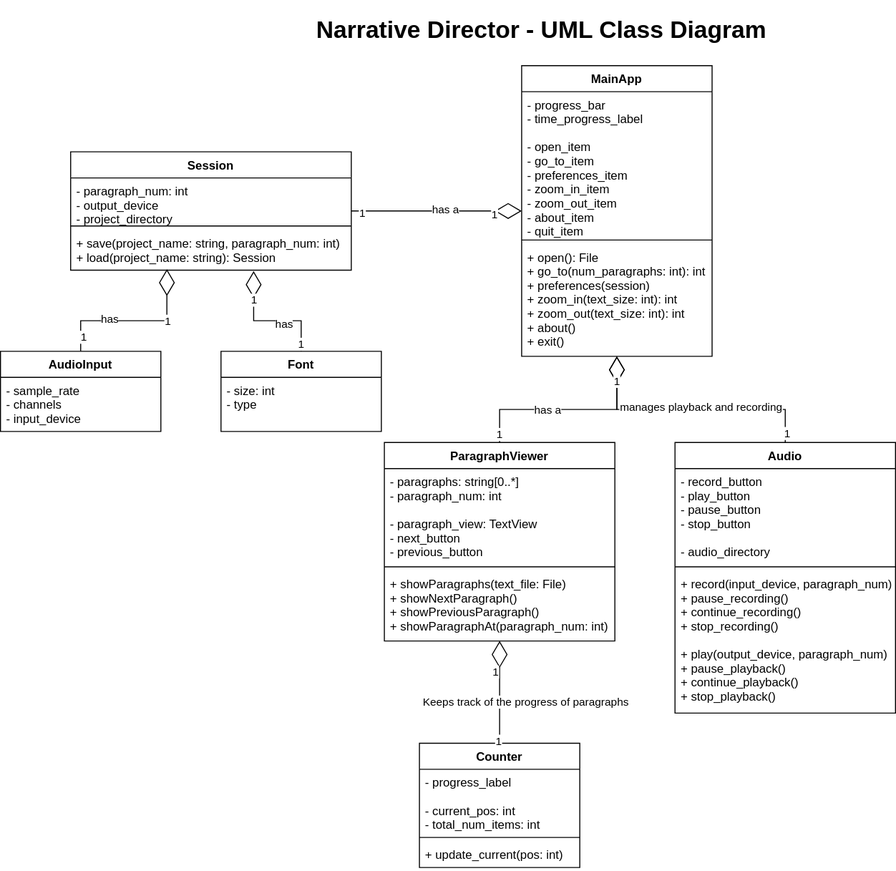
Above: docs/img/classdiagram.svg in divark/narrative-director-rs (draw.io), before the change. Source tidied: cells renumbered, new cells last; positions are measured from the earlier drawing's top-left corner, leaving out a move shared by most shapes.
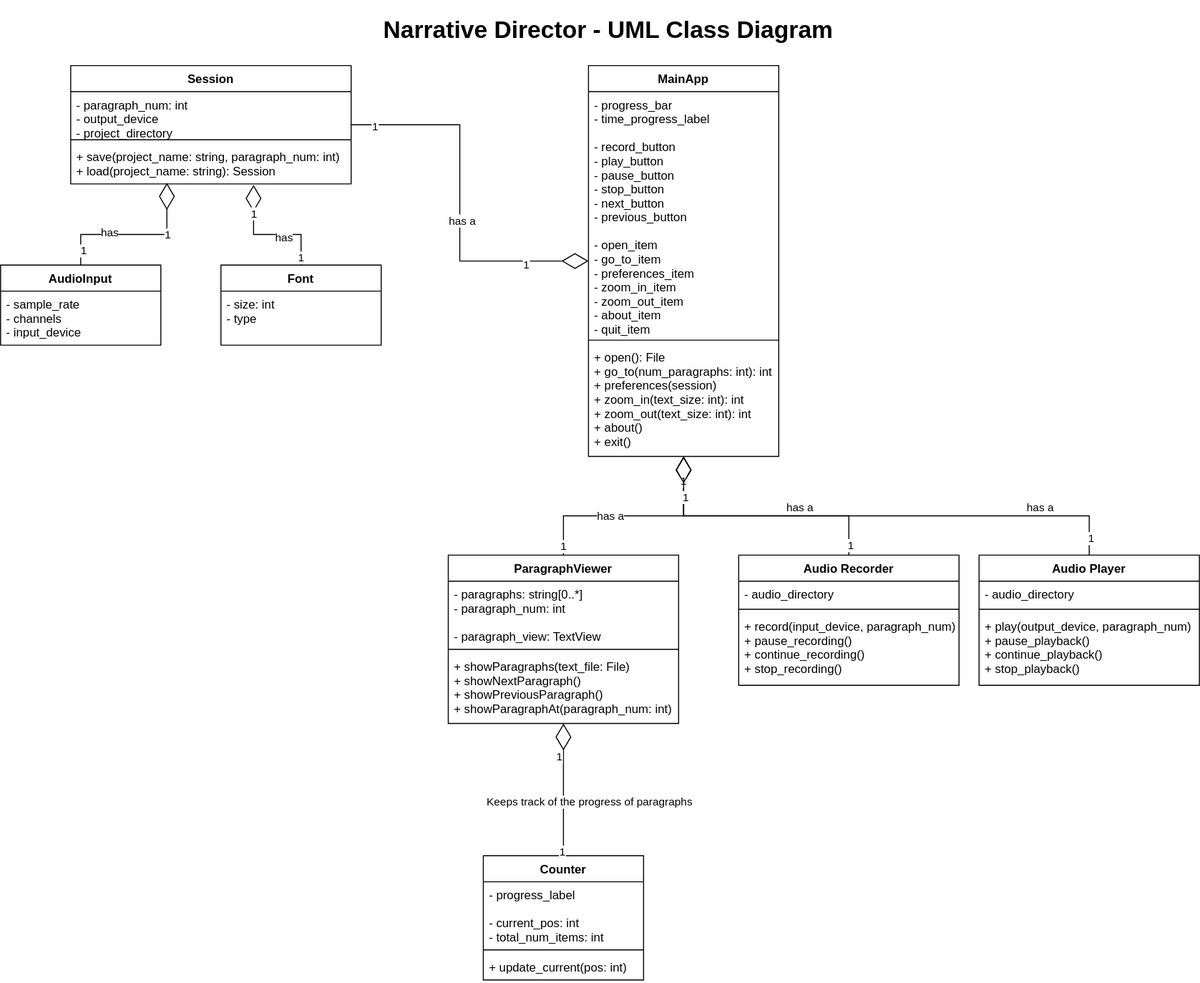
After the commit.

Commit message:
Merged Navigation-based buttons into MainApp class for class diagram.

The edit, as a diff of the source:
```diff
@@ -12,16 +12,16 @@
       <mxGeometry x="-0.21" relative="1" as="geometry" />
     </mxCell>
     <mxCell id="5" value="ParagraphViewer" style="swimlane;fontStyle=1;align=center;verticalAlign=top;horizontal=1;startSize=26;" parent="1" vertex="1">
-      <mxGeometry x="383" y="426" width="230" height="198" as="geometry" />
+      <mxGeometry x="380" y="538.5" width="230" height="168" as="geometry" />
     </mxCell>
-    <mxCell id="6" value="- paragraphs: string[0..*]&#10;- paragraph_num: int&#10;&#10;- paragraph_view: TextView&#10;- next_button&#10;- previous_button&#10;" style="text;strokeColor=none;fillColor=none;align=left;verticalAlign=top;spacingLeft=4;spacingRight=4;overflow=hidden;" parent="5" vertex="1">
-      <mxGeometry y="26" width="230" height="94" as="geometry" />
+    <mxCell id="6" value="- paragraphs: string[0..*]&#10;- paragraph_num: int&#10;&#10;- paragraph_view: TextView&#10;" style="text;strokeColor=none;fillColor=none;align=left;verticalAlign=top;spacingLeft=4;spacingRight=4;overflow=hidden;" parent="5" vertex="1">
+      <mxGeometry y="26" width="230" height="64" as="geometry" />
     </mxCell>
     <mxCell id="7" style="line;strokeWidth=1;fillColor=none;align=left;verticalAlign=middle;spacingTop=-1;spacingLeft=3;spacingRight=3;labelPosition=right;" parent="5" vertex="1">
-      <mxGeometry y="120" width="230" height="8" as="geometry" />
+      <mxGeometry y="90" width="230" height="8" as="geometry" />
     </mxCell>
     <mxCell id="8" value="+ showParagraphs(text_file: File)&#10;+ showNextParagraph()&#10;+ showPreviousParagraph()&#10;+ showParagraphAt(paragraph_num: int)&#10;" style="text;strokeColor=none;fillColor=none;align=left;verticalAlign=top;spacingLeft=4;spacingRight=4;overflow=hidden;" parent="5" vertex="1">
-      <mxGeometry y="128" width="230" height="70" as="geometry" />
+      <mxGeometry y="98" width="230" height="70" as="geometry" />
     </mxCell>
     <mxCell id="9" style="edgeStyle=orthogonalEdgeStyle;rounded=0;jettySize=auto;html=1;endArrow=diamondThin;endFill=0;endSize=24;" parent="1" edge="1" source="13" target="45">
       <mxGeometry relative="1" as="geometry" />
@@ -36,7 +36,7 @@
       <mxGeometry x="0.1" y="2" relative="1" as="geometry" />
     </mxCell>
     <mxCell id="13" value="Session" style="swimlane;fontStyle=1;align=center;verticalAlign=top;horizontal=1;startSize=26;" parent="1" vertex="1">
-      <mxGeometry x="70" y="136" width="280" height="118" as="geometry" />
+      <mxGeometry x="3" y="50" width="280" height="118" as="geometry" />
     </mxCell>
     <mxCell id="14" value="- paragraph_num: int&#10;- output_device&#10;- project_directory&#10;" style="text;strokeColor=none;fillColor=none;align=left;verticalAlign=top;spacingLeft=4;spacingRight=4;overflow=hidden;" parent="13" vertex="1">
       <mxGeometry y="26" width="280" height="44" as="geometry" />
@@ -48,7 +48,7 @@
       <mxGeometry y="78" width="280" height="40" as="geometry" />
     </mxCell>
     <mxCell id="17" value="Counter" style="swimlane;fontStyle=1;align=center;verticalAlign=top;horizontal=1;startSize=26;" parent="1" vertex="1">
-      <mxGeometry x="418" y="726" width="160" height="124" as="geometry" />
+      <mxGeometry x="415" y="838.5" width="160" height="124" as="geometry" />
     </mxCell>
     <mxCell id="18" value="- progress_label&#10;&#10;- current_pos: int&#10;- total_num_items: int" style="text;strokeColor=none;fillColor=none;align=left;verticalAlign=top;spacingLeft=4;spacingRight=4;overflow=hidden;" parent="17" vertex="1">
       <mxGeometry y="26" width="160" height="64" as="geometry" />
@@ -81,25 +81,25 @@
     <mxCell id="26" value="1" style="edgeLabel;html=1;align=center;verticalAlign=middle;" parent="25" vertex="1">
       <mxGeometry x="-0.92" y="-1" relative="1" as="geometry" />
     </mxCell>
+    <mxCell id="28" value="1" style="edgeLabel;html=1;align=center;verticalAlign=middle;" parent="25" vertex="1">
+      <mxGeometry x="0.81" y="1" relative="1" as="geometry" />
+    </mxCell>
-    <mxCell id="27" value="manages playback and recording" style="edgeLabel;html=1;align=center;verticalAlign=middle;" parent="25" vertex="1">
+    <mxCell id="27" value="has a" style="edgeLabel;html=1;align=center;verticalAlign=middle;" parent="25" vertex="1">
       <mxGeometry x="-0.1" relative="1" as="geometry">
-        <mxPoint x="-4" y="-3" as="offset" />
+        <mxPoint x="30" y="-9" as="offset" />
       </mxGeometry>
     </mxCell>
-    <mxCell id="28" value="1" style="edgeLabel;html=1;align=center;verticalAlign=middle;" parent="25" vertex="1">
-      <mxGeometry x="0.81" y="1" relative="1" as="geometry" />
-    </mxCell>
-    <mxCell id="29" value="Audio" style="swimlane;fontStyle=1;align=center;verticalAlign=top;horizontal=1;startSize=26;" parent="1" vertex="1">
-      <mxGeometry x="673" y="426" width="220" height="270" as="geometry" />
+    <mxCell id="29" value="Audio Recorder" style="swimlane;fontStyle=1;align=center;verticalAlign=top;horizontal=1;startSize=26;" parent="1" vertex="1">
+      <mxGeometry x="670" y="538.5" width="220" height="130" as="geometry" />
     </mxCell>
-    <mxCell id="30" value="- record_button&#10;- play_button&#10;- pause_button&#10;- stop_button&#10;&#10;- audio_directory&#10;" style="text;strokeColor=none;fillColor=none;align=left;verticalAlign=top;spacingLeft=4;spacingRight=4;overflow=hidden;" parent="29" vertex="1">
-      <mxGeometry y="26" width="220" height="94" as="geometry" />
+    <mxCell id="30" value="- audio_directory&#10;" style="text;strokeColor=none;fillColor=none;align=left;verticalAlign=top;spacingLeft=4;spacingRight=4;overflow=hidden;" parent="29" vertex="1">
+      <mxGeometry y="26" width="220" height="24" as="geometry" />
     </mxCell>
     <mxCell id="31" style="line;strokeWidth=1;fillColor=none;align=left;verticalAlign=middle;spacingTop=-1;spacingLeft=3;spacingRight=3;labelPosition=right;" parent="29" vertex="1">
-      <mxGeometry y="120" width="220" height="8" as="geometry" />
+      <mxGeometry y="50" width="220" height="8" as="geometry" />
     </mxCell>
-    <mxCell id="32" value="+ record(input_device, paragraph_num)&#10;+ pause_recording()&#10;+ continue_recording()&#10;+ stop_recording()&#10;&#10;+ play(output_device, paragraph_num)&#10;+ pause_playback()&#10;+ continue_playback()&#10;+ stop_playback()&#10;" style="text;strokeColor=none;fillColor=none;align=left;verticalAlign=top;spacingLeft=4;spacingRight=4;overflow=hidden;" parent="29" vertex="1">
-      <mxGeometry y="128" width="220" height="142" as="geometry" />
+    <mxCell id="32" value="+ record(input_device, paragraph_num)&#10;+ pause_recording()&#10;+ continue_recording()&#10;+ stop_recording()&#10;" style="text;strokeColor=none;fillColor=none;align=left;verticalAlign=top;spacingLeft=4;spacingRight=4;overflow=hidden;" parent="29" vertex="1">
+      <mxGeometry y="58" width="220" height="72" as="geometry" />
     </mxCell>
     <mxCell id="33" style="edgeStyle=orthogonalEdgeStyle;rounded=0;jettySize=auto;html=1;endArrow=diamondThin;endFill=0;endSize=24;entryX=0.343;entryY=0.975;entryDx=0;entryDy=0;entryPerimeter=0;" parent="1" edge="1" source="37" target="16">
       <mxGeometry relative="1" as="geometry" />
@@ -114,7 +114,7 @@
       <mxGeometry x="-0.3" y="2" relative="1" as="geometry" />
     </mxCell>
     <mxCell id="37" value="AudioInput" style="swimlane;fontStyle=1;align=center;verticalAlign=top;horizontal=1;startSize=26;" parent="1" vertex="1">
-      <mxGeometry y="335" width="160" height="80" as="geometry" />
+      <mxGeometry x="-67" y="249" width="160" height="80" as="geometry" />
     </mxCell>
     <mxCell id="38" value="- sample_rate&#10;- channels&#10;- input_device" style="text;strokeColor=none;fillColor=none;align=left;verticalAlign=top;spacingLeft=4;spacingRight=4;overflow=hidden;" parent="37" vertex="1">
       <mxGeometry y="26" width="160" height="54" as="geometry" />
@@ -134,25 +134,53 @@
       <mxGeometry x="-0.87" y="1" relative="1" as="geometry" />
     </mxCell>
     <mxCell id="43" value="Font" style="swimlane;fontStyle=1;align=center;verticalAlign=top;horizontal=1;startSize=26;" parent="1" vertex="1">
-      <mxGeometry x="220" y="335" width="160" height="80" as="geometry" />
+      <mxGeometry x="153" y="249" width="160" height="80" as="geometry" />
     </mxCell>
     <mxCell id="44" value="- size: int&#10;- type" style="text;strokeColor=none;fillColor=none;align=left;verticalAlign=top;spacingLeft=4;spacingRight=4;overflow=hidden;" parent="43" vertex="1">
       <mxGeometry y="26" width="160" height="54" as="geometry" />
     </mxCell>
     <mxCell id="45" value="MainApp" style="swimlane;fontStyle=1;align=center;verticalAlign=top;horizontal=1;startSize=26;" parent="1" vertex="1">
-      <mxGeometry x="520" y="50" width="190" height="290" as="geometry" />
+      <mxGeometry x="520" y="50" width="190" height="390" as="geometry" />
     </mxCell>
-    <mxCell id="46" value="- progress_bar&#10;- time_progress_label&#10;&#10;- open_item&#10;- go_to_item&#10;- preferences_item&#10;- zoom_in_item&#10;- zoom_out_item&#10;- about_item&#10;- quit_item&#10;" style="text;strokeColor=none;fillColor=none;align=left;verticalAlign=top;spacingLeft=4;spacingRight=4;overflow=hidden;" parent="45" vertex="1">
-      <mxGeometry y="26" width="190" height="144" as="geometry" />
+    <mxCell id="46" value="- progress_bar&#10;- time_progress_label&#10;&#10;- record_button&#10;- play_button&#10;- pause_button&#10;- stop_button&#10;- next_button&#10;- previous_button&#10;&#10;- open_item&#10;- go_to_item&#10;- preferences_item&#10;- zoom_in_item&#10;- zoom_out_item&#10;- about_item&#10;- quit_item&#10;" style="text;strokeColor=none;fillColor=none;align=left;verticalAlign=top;spacingLeft=4;spacingRight=4;overflow=hidden;" parent="45" vertex="1">
+      <mxGeometry y="26" width="190" height="244" as="geometry" />
     </mxCell>
     <mxCell id="47" style="line;strokeWidth=1;fillColor=none;align=left;verticalAlign=middle;spacingTop=-1;spacingLeft=3;spacingRight=3;labelPosition=right;" parent="45" vertex="1">
-      <mxGeometry y="170" width="190" height="8" as="geometry" />
+      <mxGeometry y="270" width="190" height="8" as="geometry" />
     </mxCell>
     <mxCell id="48" value="+ open(): File&#10;+ go_to(num_paragraphs: int): int&#10;+ preferences(session)&#10;+ zoom_in(text_size: int): int&#10;+ zoom_out(text_size: int): int&#10;+ about()&#10;+ exit()" style="text;strokeColor=none;fillColor=none;align=left;verticalAlign=top;spacingLeft=4;spacingRight=4;overflow=hidden;" parent="45" vertex="1">
-      <mxGeometry y="178" width="190" height="112" as="geometry" />
+      <mxGeometry y="278" width="190" height="112" as="geometry" />
     </mxCell>
     <mxCell id="49" value="&lt;h1&gt;Narrative Director - UML Class Diagram&lt;br&gt;&lt;/h1&gt;" style="text;html=1;strokeColor=none;fillColor=none;align=center;verticalAlign=middle;whiteSpace=wrap;rounded=0;" parent="1" vertex="1">
       <mxGeometry x="310" width="460" height="30" as="geometry" />
     </mxCell>
+    <mxCell id="50" style="edgeStyle=orthogonalEdgeStyle;rounded=0;jettySize=auto;html=1;endArrow=diamondThin;endFill=0;startSize=6;endSize=24;entryX=0.5;entryY=1;entryDx=0;entryDy=0;exitX=0.5;exitY=0;exitDx=0;exitDy=0;" parent="1" edge="1" source="54" target="45">
+      <mxGeometry relative="1" as="geometry" />
+    </mxCell>
+    <mxCell id="51" value="1" style="edgeLabel;html=1;align=center;verticalAlign=middle;" parent="50" vertex="1">
+      <mxGeometry x="-0.93" y="-1" relative="1" as="geometry" />
+    </mxCell>
+    <mxCell id="52" value="1" style="edgeLabel;html=1;align=center;verticalAlign=middle;" parent="50" vertex="1">
+      <mxGeometry x="0.84" relative="1" as="geometry">
+        <mxPoint x="1" as="offset" />
+      </mxGeometry>
+    </mxCell>
+    <mxCell id="53" value="has a" style="edgeLabel;html=1;align=center;verticalAlign=middle;" parent="50" vertex="1">
+      <mxGeometry x="0.05" relative="1" as="geometry">
+        <mxPoint x="176" y="-9" as="offset" />
+      </mxGeometry>
+    </mxCell>
+    <mxCell id="54" value="Audio Player" style="swimlane;fontStyle=1;align=center;verticalAlign=top;horizontal=1;startSize=26;" parent="1" vertex="1">
+      <mxGeometry x="910" y="538.5" width="220" height="130" as="geometry" />
+    </mxCell>
+    <mxCell id="55" value="- audio_directory&#10;" style="text;strokeColor=none;fillColor=none;align=left;verticalAlign=top;spacingLeft=4;spacingRight=4;overflow=hidden;" parent="54" vertex="1">
+      <mxGeometry y="26" width="220" height="24" as="geometry" />
+    </mxCell>
+    <mxCell id="56" style="line;strokeWidth=1;fillColor=none;align=left;verticalAlign=middle;spacingTop=-1;spacingLeft=3;spacingRight=3;labelPosition=right;" parent="54" vertex="1">
+      <mxGeometry y="50" width="220" height="8" as="geometry" />
+    </mxCell>
+    <mxCell id="57" value="+ play(output_device, paragraph_num)&#10;+ pause_playback()&#10;+ continue_playback()&#10;+ stop_playback()&#10;" style="text;strokeColor=none;fillColor=none;align=left;verticalAlign=top;spacingLeft=4;spacingRight=4;overflow=hidden;" parent="54" vertex="1">
+      <mxGeometry y="58" width="220" height="72" as="geometry" />
+    </mxCell>
   </root>
 </mxGraphModel>
```
